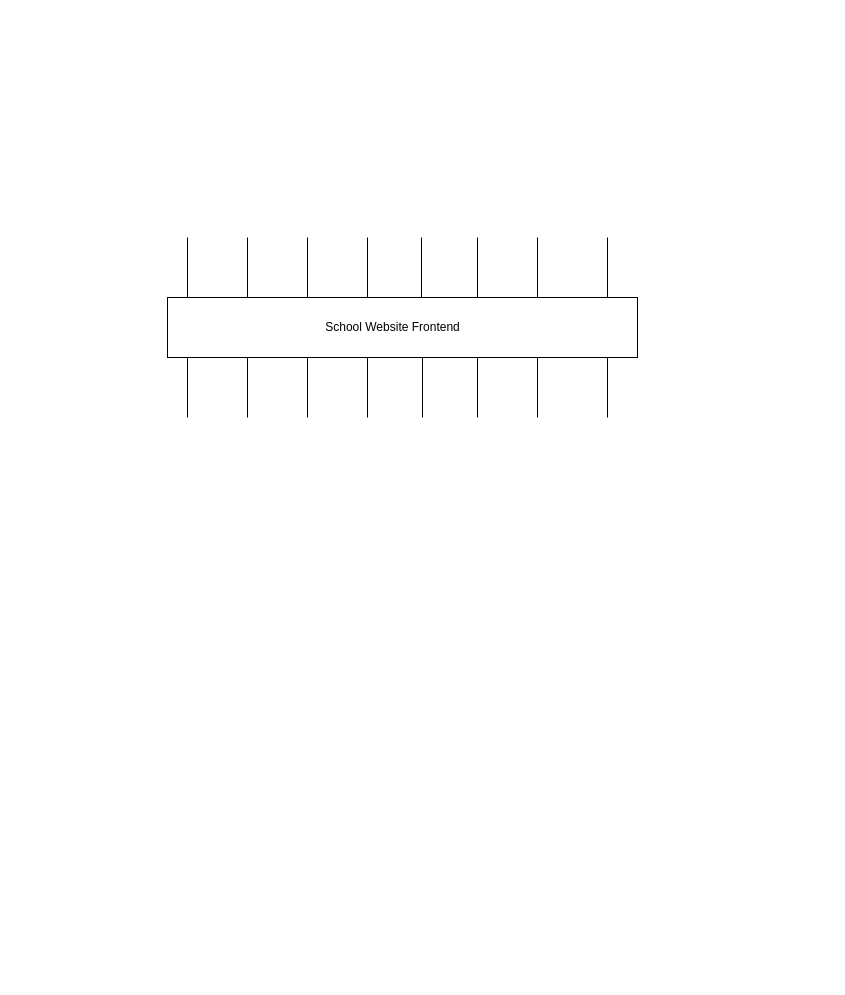
Above: Untitled Diagram.drawio in sam786rana786/debian (draw.io), before the change. Source tidied: cells renumbered, new cells numbered last; positions are measured from the earlier drawing's top-left corner, leaving out a move shared by most shapes. Both pictures are drawn from the tidied source at 100%, with x=0, y=0 at pixel (167, 237).
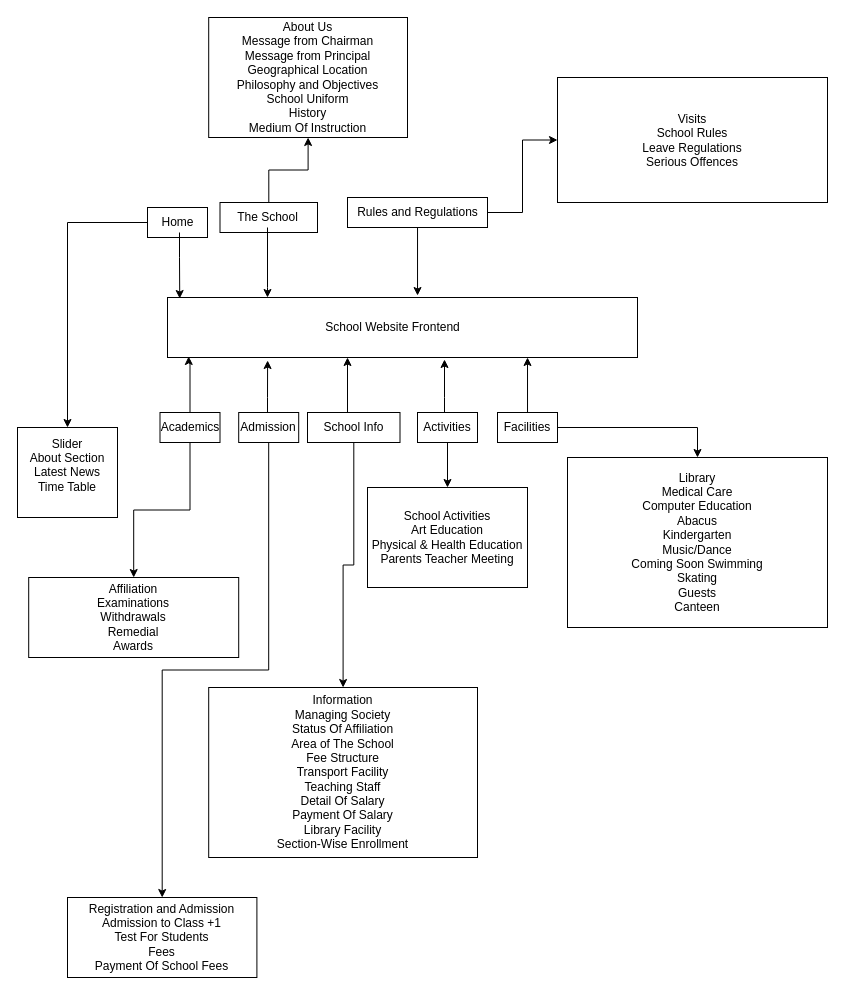
The same page after the edit.

Commit message:
Update Basic Workflow of Frontend Website

Unchanged cells that the change refers to:
```xml
<mxCell id="2" style="rounded=0;whiteSpace=wrap;html=1;" parent="1" vertex="1">
  <mxGeometry y="60" width="470" height="60" as="geometry" />
</mxCell>
```

The edit, as a diff of the source:
```diff
@@
-    <mxCell id="4" style="endArrow=none;html=1;" parent="1" edge="1">
-      <mxGeometry relative="1" as="geometry">
-        <mxPoint x="20" y="60" as="sourcePoint" />
-        <mxPoint x="20" as="targetPoint" />
-      </mxGeometry>
-    </mxCell>
-    <mxCell id="5" style="endArrow=none;html=1;" parent="1" edge="1">
-      <mxGeometry relative="1" as="geometry">
-        <mxPoint x="80" y="60" as="sourcePoint" />
-        <mxPoint x="80" as="targetPoint" />
-      </mxGeometry>
-    </mxCell>
-    <mxCell id="6" style="endArrow=none;html=1;" parent="1" edge="1">
-      <mxGeometry relative="1" as="geometry">
-        <mxPoint x="140" y="60" as="sourcePoint" />
-        <mxPoint x="140" as="targetPoint" />
-      </mxGeometry>
-    </mxCell>
-    <mxCell id="7" style="endArrow=none;html=1;" parent="1" edge="1">
-      <mxGeometry relative="1" as="geometry">
-        <mxPoint x="200" y="60" as="sourcePoint" />
-        <mxPoint x="200" as="targetPoint" />
-      </mxGeometry>
-    </mxCell>
-    <mxCell id="8" style="endArrow=none;html=1;" parent="1" edge="1">
-      <mxGeometry relative="1" as="geometry">
-        <mxPoint x="254" y="60" as="sourcePoint" />
-        <mxPoint x="254" as="targetPoint" />
-      </mxGeometry>
-    </mxCell>
-    <mxCell id="9" style="endArrow=none;html=1;" parent="1" edge="1">
-      <mxGeometry relative="1" as="geometry">
-        <mxPoint x="310" y="60" as="sourcePoint" />
-        <mxPoint x="310" as="targetPoint" />
-      </mxGeometry>
-    </mxCell>
-    <mxCell id="10" style="endArrow=none;html=1;" parent="1" edge="1">
-      <mxGeometry relative="1" as="geometry">
-        <mxPoint x="440" y="60" as="sourcePoint" />
-        <mxPoint x="440" as="targetPoint" />
-      </mxGeometry>
-    </mxCell>
-    <mxCell id="11" style="endArrow=none;html=1;" parent="1" edge="1">
-      <mxGeometry relative="1" as="geometry">
-        <mxPoint x="370" y="60" as="sourcePoint" />
-        <mxPoint x="370" as="targetPoint" />
-      </mxGeometry>
-    </mxCell>
-    <mxCell id="12" style="endArrow=none;html=1;" parent="1" edge="1">
-      <mxGeometry relative="1" as="geometry">
-        <mxPoint x="20" y="180" as="sourcePoint" />
-        <mxPoint x="20" y="120" as="targetPoint" />
-      </mxGeometry>
-    </mxCell>
-    <mxCell id="13" style="endArrow=none;html=1;" parent="1" edge="1">
-      <mxGeometry relative="1" as="geometry">
-        <mxPoint x="80" y="180" as="sourcePoint" />
-        <mxPoint x="80" y="120" as="targetPoint" />
-      </mxGeometry>
-    </mxCell>
-    <mxCell id="14" style="endArrow=none;html=1;" parent="1" edge="1">
-      <mxGeometry relative="1" as="geometry">
-        <mxPoint x="140" y="180" as="sourcePoint" />
-        <mxPoint x="140" y="120" as="targetPoint" />
-      </mxGeometry>
-    </mxCell>
-    <mxCell id="15" style="endArrow=none;html=1;" parent="1" edge="1">
-      <mxGeometry relative="1" as="geometry">
-        <mxPoint x="200" y="180" as="sourcePoint" />
-        <mxPoint x="200" y="120" as="targetPoint" />
-      </mxGeometry>
-    </mxCell>
-    <mxCell id="16" style="endArrow=none;html=1;" parent="1" edge="1">
-      <mxGeometry relative="1" as="geometry">
-        <mxPoint x="255" y="180" as="sourcePoint" />
-        <mxPoint x="255" y="120" as="targetPoint" />
-      </mxGeometry>
-    </mxCell>
-    <mxCell id="17" style="endArrow=none;html=1;" parent="1" edge="1">
-      <mxGeometry relative="1" as="geometry">
-        <mxPoint x="310" y="180" as="sourcePoint" />
-        <mxPoint x="310" y="120" as="targetPoint" />
-      </mxGeometry>
-    </mxCell>
-    <mxCell id="18" style="endArrow=none;html=1;" parent="1" edge="1">
-      <mxGeometry relative="1" as="geometry">
-        <mxPoint x="370" y="180" as="sourcePoint" />
-        <mxPoint x="370" y="120" as="targetPoint" />
-      </mxGeometry>
-    </mxCell>
-    <mxCell id="19" style="endArrow=none;html=1;" parent="1" edge="1">
-      <mxGeometry relative="1" as="geometry">
-        <mxPoint x="440" y="180" as="sourcePoint" />
-        <mxPoint x="440" y="120" as="targetPoint" />
-      </mxGeometry>
-    </mxCell>
+    <mxCell id="20" style="edgeStyle=orthogonalEdgeStyle;rounded=0;jettySize=auto;html=1;" parent="1" edge="1" source="21" target="48">
+      <mxGeometry relative="1" as="geometry" />
+    </mxCell>
+    <mxCell id="21" style="rounded=0;whiteSpace=wrap;html=1;" parent="1" vertex="1">
+      <mxGeometry x="52.5" y="-35" width="97.5" height="30" as="geometry" />
+    </mxCell>
+    <mxCell id="22" style="edgeStyle=orthogonalEdgeStyle;rounded=0;jettySize=auto;html=1;entryX=0.532;entryY=-0.033;entryDx=0;entryDy=0;entryPerimeter=0;" parent="1" edge="1" source="24" target="2">
+      <mxGeometry relative="1" as="geometry" />
+    </mxCell>
+    <mxCell id="23" style="edgeStyle=orthogonalEdgeStyle;rounded=0;jettySize=auto;html=1;" parent="1" edge="1" source="24" target="49">
+      <mxGeometry relative="1" as="geometry" />
+    </mxCell>
+    <mxCell id="24" style="rounded=0;whiteSpace=wrap;html=1;" parent="1" vertex="1">
+      <mxGeometry x="180" y="-40" width="140" height="30" as="geometry" />
+    </mxCell>
+    <mxCell id="25" style="edgeStyle=orthogonalEdgeStyle;rounded=0;jettySize=auto;html=1;entryX=0.045;entryY=0.983;entryDx=0;entryDy=0;entryPerimeter=0;" parent="1" edge="1" source="27" target="2">
+      <mxGeometry relative="1" as="geometry">
+        <Array as="points">
+          <mxPoint x="23" y="123" />
+          <mxPoint x="21" y="123" />
+        </Array>
+      </mxGeometry>
+    </mxCell>
+    <mxCell id="26" style="edgeStyle=orthogonalEdgeStyle;rounded=0;jettySize=auto;html=1;" parent="1" edge="1" source="27" target="50">
+      <mxGeometry relative="1" as="geometry" />
+    </mxCell>
+    <mxCell id="27" value="Academics" style="rounded=0;whiteSpace=wrap;html=1;" parent="1" vertex="1">
+      <mxGeometry x="-7.5" y="175" width="60" height="30" as="geometry" />
+    </mxCell>
+    <mxCell id="28" style="edgeStyle=orthogonalEdgeStyle;rounded=0;jettySize=auto;html=1;" parent="1" edge="1" source="30">
+      <mxGeometry relative="1" as="geometry">
+        <mxPoint x="180" y="120" as="targetPoint" />
+        <Array as="points">
+          <mxPoint x="180" y="120" />
+        </Array>
+      </mxGeometry>
+    </mxCell>
+    <mxCell id="29" style="edgeStyle=orthogonalEdgeStyle;rounded=0;jettySize=auto;html=1;" parent="1" edge="1" source="30" target="52">
+      <mxGeometry relative="1" as="geometry" />
+    </mxCell>
+    <mxCell id="30" value="School Info" style="rounded=0;whiteSpace=wrap;html=1;" parent="1" vertex="1">
+      <mxGeometry x="140" y="175" width="92.5" height="30" as="geometry" />
+    </mxCell>
+    <mxCell id="31" style="edgeStyle=orthogonalEdgeStyle;rounded=0;jettySize=auto;html=1;" parent="1" edge="1" source="33">
+      <mxGeometry relative="1" as="geometry">
+        <mxPoint x="277" y="122" as="targetPoint" />
+        <Array as="points">
+          <mxPoint x="277" y="160" />
+          <mxPoint x="277" y="160" />
+        </Array>
+      </mxGeometry>
+    </mxCell>
+    <mxCell id="32" style="edgeStyle=orthogonalEdgeStyle;rounded=0;jettySize=auto;html=1;" parent="1" edge="1" source="33" target="53">
+      <mxGeometry relative="1" as="geometry" />
+    </mxCell>
+    <mxCell id="33" value="Activities" style="rounded=0;whiteSpace=wrap;html=1;" parent="1" vertex="1">
+      <mxGeometry x="250" y="175" width="60" height="30" as="geometry" />
+    </mxCell>
+    <mxCell id="34" style="edgeStyle=orthogonalEdgeStyle;rounded=0;jettySize=auto;html=1;entryX=0.766;entryY=1;entryDx=0;entryDy=0;entryPerimeter=0;" parent="1" edge="1" source="36" target="2">
+      <mxGeometry relative="1" as="geometry" />
+    </mxCell>
+    <mxCell id="35" style="edgeStyle=orthogonalEdgeStyle;rounded=0;jettySize=auto;html=1;" parent="1" edge="1" source="36" target="54">
+      <mxGeometry relative="1" as="geometry" />
+    </mxCell>
+    <mxCell id="36" value="Facilities" style="rounded=0;whiteSpace=wrap;html=1;" parent="1" vertex="1">
+      <mxGeometry x="330" y="175" width="60" height="30" as="geometry" />
+    </mxCell>
+    <mxCell id="37" style="edgeStyle=orthogonalEdgeStyle;rounded=0;jettySize=auto;html=1;" parent="1" edge="1" source="38" target="47">
+      <mxGeometry relative="1" as="geometry" />
+    </mxCell>
+    <mxCell id="38" style="rounded=0;whiteSpace=wrap;html=1;" parent="1" vertex="1">
+      <mxGeometry x="-20" y="-30" width="60" height="30" as="geometry" />
+    </mxCell>
+    <mxCell id="39" style="edgeStyle=orthogonalEdgeStyle;rounded=0;jettySize=auto;html=1;entryX=0.026;entryY=0.017;entryDx=0;entryDy=0;entryPerimeter=0;" parent="1" edge="1" source="40" target="2">
+      <mxGeometry relative="1" as="geometry">
+        <Array as="points">
+          <mxPoint x="12" y="20" />
+          <mxPoint x="12" y="20" />
+        </Array>
+      </mxGeometry>
+    </mxCell>
+    <mxCell id="40" value="Home" style="text;html=1;align=center;verticalAlign=middle;points=[];fillColor=none;strokeColor=none;rounded=0;" parent="1" vertex="1">
+      <mxGeometry x="-15" y="-25" width="50" height="20" as="geometry" />
+    </mxCell>
+    <mxCell id="41" style="edgeStyle=orthogonalEdgeStyle;rounded=0;jettySize=auto;html=1;" parent="1" edge="1" source="42" target="2">
+      <mxGeometry relative="1" as="geometry">
+        <Array as="points">
+          <mxPoint x="100" y="50" />
+          <mxPoint x="100" y="50" />
+        </Array>
+      </mxGeometry>
+    </mxCell>
+    <mxCell id="42" value="The School" style="text;html=1;align=center;verticalAlign=middle;points=[];fillColor=none;strokeColor=none;rounded=0;" parent="1" vertex="1">
+      <mxGeometry x="60" y="-30" width="80" height="20" as="geometry" />
+    </mxCell>
+    <mxCell id="43" value="Rules and Regulations" style="text;html=1;align=center;verticalAlign=middle;fillColor=none;strokeColor=none;rounded=0;" parent="1" vertex="1">
+      <mxGeometry x="180" y="-35" width="140" height="20" as="geometry" />
+    </mxCell>
+    <mxCell id="44" style="edgeStyle=orthogonalEdgeStyle;rounded=0;jettySize=auto;html=1;entryX=0.213;entryY=1.05;entryDx=0;entryDy=0;entryPerimeter=0;" parent="1" edge="1" source="46" target="2">
+      <mxGeometry relative="1" as="geometry">
+        <Array as="points">
+          <mxPoint x="100" y="160" />
+          <mxPoint x="100" y="160" />
+        </Array>
+      </mxGeometry>
+    </mxCell>
+    <mxCell id="45" style="edgeStyle=orthogonalEdgeStyle;rounded=0;jettySize=auto;html=1;" parent="1" edge="1" source="46" target="51">
+      <mxGeometry relative="1" as="geometry" />
+    </mxCell>
+    <mxCell id="46" value="Admission" style="rounded=0;whiteSpace=wrap;html=1;" parent="1" vertex="1">
+      <mxGeometry x="71.2" y="175" width="60" height="30" as="geometry" />
+    </mxCell>
+    <mxCell id="47" value="Slider&lt;br&gt;About Section&lt;br&gt;Latest News&lt;br&gt;Time Table&lt;br&gt;&lt;br&gt;" style="rounded=0;whiteSpace=wrap;html=1;" parent="1" vertex="1">
+      <mxGeometry x="-150" y="190" width="100" height="90" as="geometry" />
+    </mxCell>
+    <mxCell id="48" value="About Us&lt;br&gt;Message from Chairman&lt;br&gt;Message from Principal&lt;br&gt;Geographical Location&lt;br&gt;Philosophy and Objectives&lt;br&gt;School Uniform&lt;br&gt;History&lt;br&gt;Medium Of Instruction" style="whiteSpace=wrap;html=1;rounded=0;" parent="1" vertex="1">
+      <mxGeometry x="41.2" y="-220" width="198.8" height="120" as="geometry" />
+    </mxCell>
+    <mxCell id="49" value="Visits&lt;br&gt;School Rules&lt;br&gt;Leave Regulations&lt;br&gt;Serious Offences" style="whiteSpace=wrap;html=1;rounded=0;" parent="1" vertex="1">
+      <mxGeometry x="390" y="-160" width="270" height="125" as="geometry" />
+    </mxCell>
+    <mxCell id="50" value="Affiliation&lt;br&gt;Examinations&lt;br&gt;Withdrawals&lt;br&gt;Remedial&lt;br&gt;Awards" style="whiteSpace=wrap;html=1;rounded=0;" parent="1" vertex="1">
+      <mxGeometry x="-138.8" y="340" width="210" height="80" as="geometry" />
+    </mxCell>
+    <mxCell id="51" value="Registration and Admission&lt;br&gt;Admission to Class +1&lt;br&gt;Test For Students&lt;br&gt;Fees&lt;br&gt;Payment Of School Fees" style="whiteSpace=wrap;html=1;rounded=0;" parent="1" vertex="1">
+      <mxGeometry x="-100" y="660" width="189.4" height="80" as="geometry" />
+    </mxCell>
+    <mxCell id="52" value="Information&lt;br&gt;Managing Society&lt;br&gt;Status Of Affiliation&lt;br&gt;Area of The School&lt;br&gt;Fee Structure&lt;br&gt;Transport Facility&lt;br&gt;Teaching Staff&lt;br&gt;Detail Of Salary&lt;br&gt;Payment Of Salary&lt;br&gt;Library Facility&lt;br&gt;Section-Wise Enrollment" style="whiteSpace=wrap;html=1;rounded=0;" parent="1" vertex="1">
+      <mxGeometry x="41.2" y="450" width="268.8" height="170" as="geometry" />
+    </mxCell>
+    <mxCell id="53" value="School Activities&lt;br&gt;Art Education&lt;br&gt;Physical &amp;amp; Health Education&lt;br&gt;Parents Teacher Meeting" style="whiteSpace=wrap;html=1;rounded=0;" parent="1" vertex="1">
+      <mxGeometry x="200" y="250" width="160" height="100" as="geometry" />
+    </mxCell>
+    <mxCell id="54" value="Library&lt;br&gt;Medical Care&lt;br&gt;Computer Education&lt;br&gt;Abacus&lt;br&gt;Kindergarten&lt;br&gt;Music/Dance&lt;br&gt;Coming Soon Swimming&lt;br&gt;Skating&lt;br&gt;Guests&lt;br&gt;Canteen" style="whiteSpace=wrap;html=1;rounded=0;" parent="1" vertex="1">
+      <mxGeometry x="400" y="220" width="260" height="170" as="geometry" />
+    </mxCell>
```
